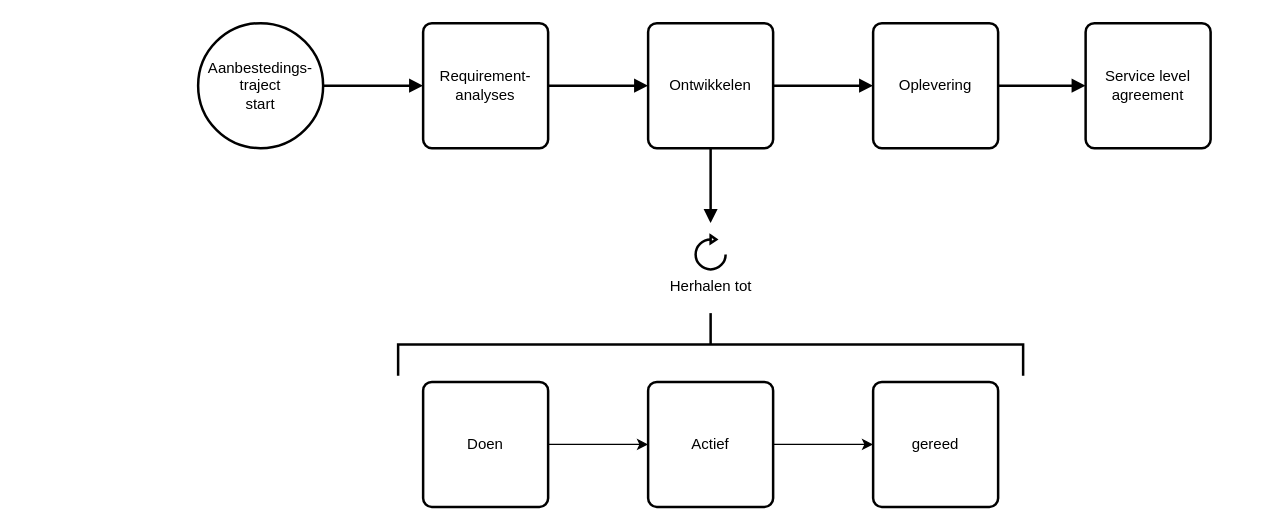
Earlier version of the draw.io diagram page "Bedrijfsprocess" (5 of 10) of cli app.drawio (luukvankooten/draw.io). Source tidied: cells renumbered, new cells numbered last; positions are measured from the earlier drawing's top-left corner, leaving out a move shared by most shapes. Both pictures are drawn from the tidied source at 125%, with x=0, y=0 at pixel (198, 22).
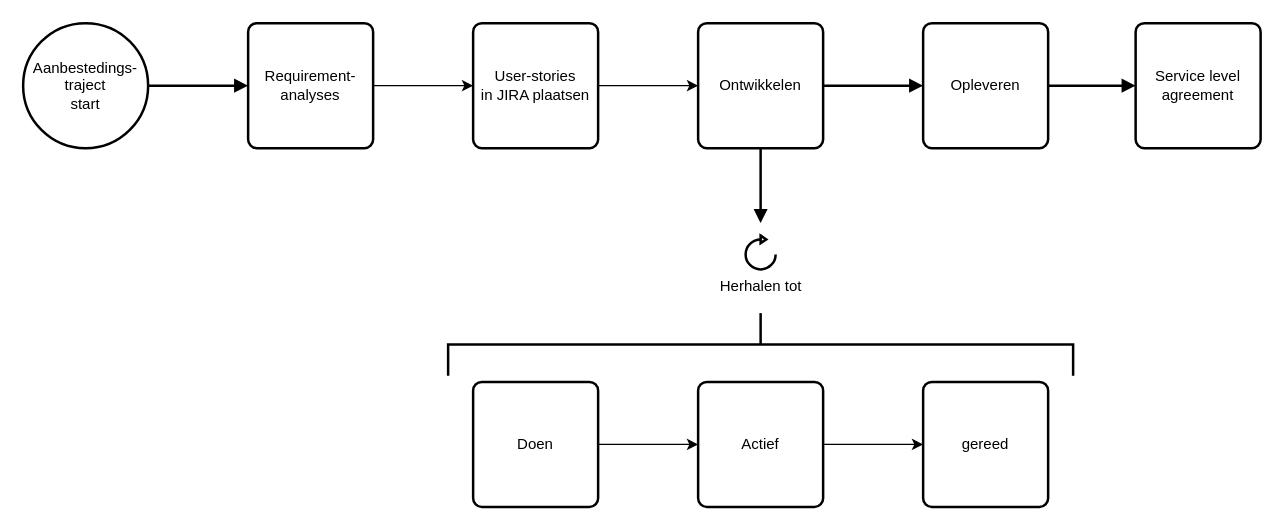
After the change.

The change refers to these unchanged cells:
```xml
<mxCell id="9" style="group;" parent="1" vertex="1">
  <mxGeometry x="160" y="170" width="500" height="217" as="geometry" />
</mxCell>
```

Diff of the diagram source:
```diff
@@
     <mxCell id="3" value="&lt;div&gt;Aanbestedings-&lt;/div&gt;&lt;div&gt;traject&lt;/div&gt;&lt;div&gt;start&lt;br&gt;&lt;/div&gt;" style="strokeWidth=2;html=1;shape=mxgraph.flowchart.start_2;whiteSpace=wrap;" parent="1" vertex="1">
-      <mxGeometry width="100" height="100" as="geometry" />
+      <mxGeometry x="-140" width="100" height="100" as="geometry" />
     </mxCell>
-    <mxCell id="4" style="edgeStyle=orthogonalEdgeStyle;rounded=0;jettySize=auto;html=1;strokeWidth=2;endArrow=block;endFill=1;" parent="1" edge="1" source="5" target="8">
-      <mxGeometry relative="1" as="geometry" />
-    </mxCell>
+    <mxCell id="21" style="edgeStyle=orthogonalEdgeStyle;rounded=0;jettySize=auto;html=1;entryX=0;entryY=0.5;entryDx=0;entryDy=0;" parent="1" edge="1" source="5" target="23">
+      <mxGeometry relative="1" as="geometry" />
+    </mxCell>
     <mxCell id="5" value="&lt;div&gt;Requirement-&lt;/div&gt;&lt;div&gt;analyses&lt;br&gt;&lt;/div&gt;" style="rounded=1;whiteSpace=wrap;html=1;absoluteArcSize=1;arcSize=14;strokeWidth=2;" parent="1" vertex="1">
-      <mxGeometry x="180" width="100" height="100" as="geometry" />
+      <mxGeometry x="40" width="100" height="100" as="geometry" />
     </mxCell>
     <mxCell id="6" style="edgeStyle=orthogonalEdgeStyle;rounded=0;jettySize=auto;html=1;strokeWidth=2;endArrow=block;endFill=1;" parent="1" edge="1" source="8">
       <mxGeometry relative="1" as="geometry">
-        <mxPoint x="410" y="160" as="targetPoint" />
+        <mxPoint x="450" y="160" as="targetPoint" />
       </mxGeometry>
     </mxCell>
@@
-    <mxCell id="8" value="Ontwikkelen" style="rounded=1;whiteSpace=wrap;html=1;absoluteArcSize=1;arcSize=14;strokeWidth=2;" parent="1" vertex="1">
-      <mxGeometry x="360" width="100" height="100" as="geometry" />
+    <mxCell id="8" value="&lt;div&gt;Ontwikkelen&lt;/div&gt;" style="rounded=1;whiteSpace=wrap;html=1;absoluteArcSize=1;arcSize=14;strokeWidth=2;" parent="1" vertex="1">
+      <mxGeometry x="400" width="100" height="100" as="geometry" />
     </mxCell>
@@
     <mxCell id="10" value="Herhalen tot" style="html=1;verticalLabelPosition=bottom;align=center;labelBackgroundColor=#ffffff;verticalAlign=top;strokeWidth=2;strokeColor=#000000;shadow=0;dashed=0;shape=mxgraph.ios7.icons.reload;" parent="9" vertex="1">
-      <mxGeometry x="238" width="24" height="27" as="geometry" />
+      <mxGeometry x="278" width="24" height="27" as="geometry" />
     </mxCell>
     <mxCell id="11" style="group;" parent="9" vertex="1">
-      <mxGeometry y="62" width="500" height="155" as="geometry" />
+      <mxGeometry x="40" y="62" width="500" height="155" as="geometry" />
     </mxCell>
@@
-    <mxCell id="19" value="Oplevering" style="rounded=1;whiteSpace=wrap;html=1;absoluteArcSize=1;arcSize=14;strokeWidth=2;" parent="1" vertex="1">
-      <mxGeometry x="540" width="100" height="100" as="geometry" />
+    <mxCell id="19" value="Opleveren" style="rounded=1;whiteSpace=wrap;html=1;absoluteArcSize=1;arcSize=14;strokeWidth=2;" parent="1" vertex="1">
+      <mxGeometry x="580" width="100" height="100" as="geometry" />
     </mxCell>
     <mxCell id="20" value="&lt;div&gt;Service level&lt;/div&gt;&lt;div&gt;agreement&lt;br&gt;&lt;/div&gt;" style="rounded=1;whiteSpace=wrap;html=1;absoluteArcSize=1;arcSize=14;strokeWidth=2;" parent="1" vertex="1">
-      <mxGeometry x="710" width="100" height="100" as="geometry" />
+      <mxGeometry x="750" width="100" height="100" as="geometry" />
     </mxCell>
+    <mxCell id="22" style="edgeStyle=orthogonalEdgeStyle;rounded=0;jettySize=auto;html=1;entryX=0;entryY=0.5;entryDx=0;entryDy=0;" parent="1" edge="1" source="23" target="8">
+      <mxGeometry relative="1" as="geometry" />
+    </mxCell>
+    <mxCell id="23" value="&lt;div&gt;User-stories&lt;/div&gt;&lt;div&gt;in JIRA plaatsen&lt;br&gt;&lt;/div&gt;" style="rounded=1;whiteSpace=wrap;html=1;absoluteArcSize=1;arcSize=14;strokeWidth=2;" parent="1" vertex="1">
+      <mxGeometry x="220" width="100" height="100" as="geometry" />
+    </mxCell>
```
